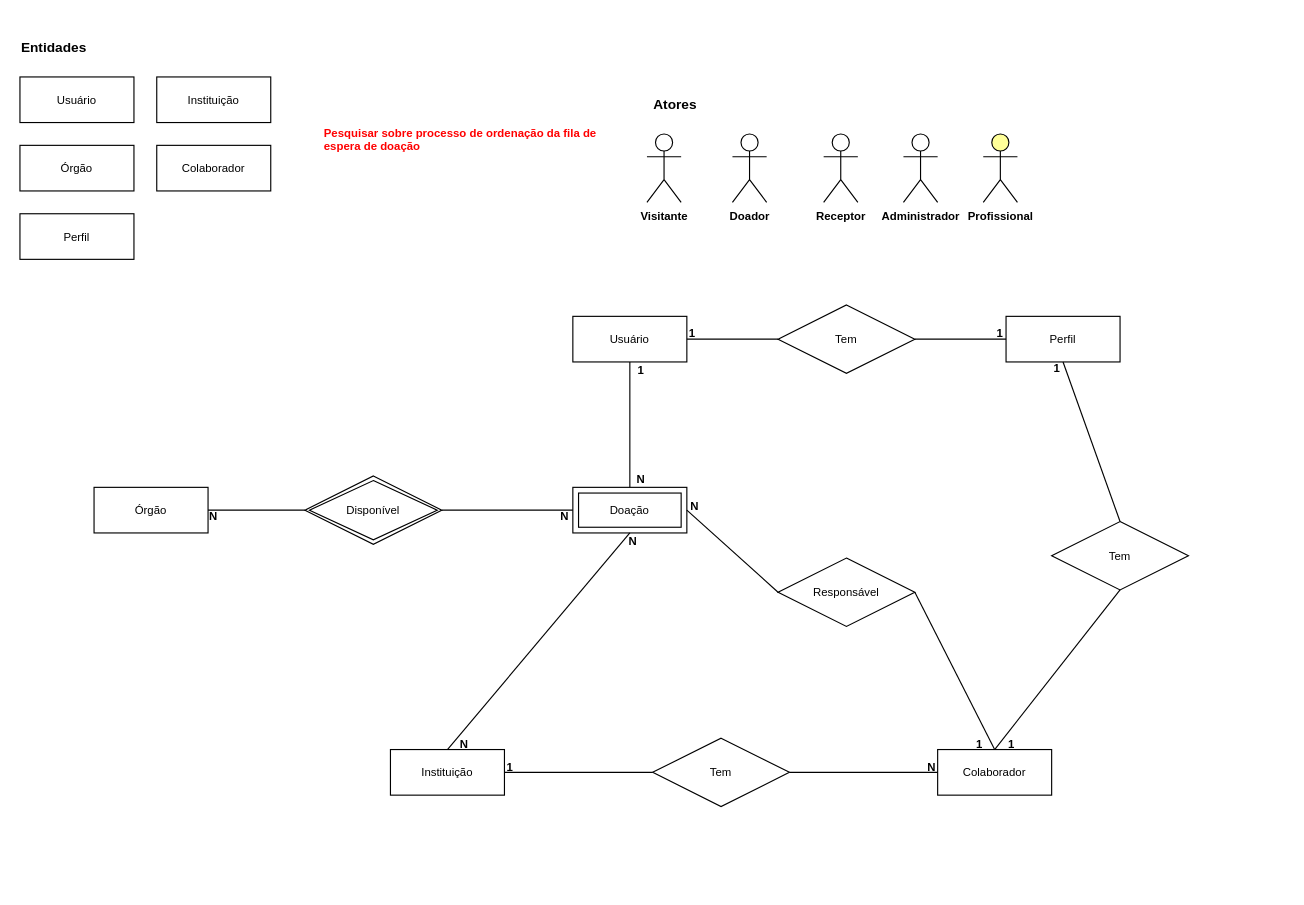
Above: DER/DER-SDTO.drawio in squadlovelace/sdto-data-model (draw.io), before the change. Source tidied: cells renumbered, new cells numbered last; positions are measured from the earlier drawing's top-left corner, leaving out a move shared by most shapes. Both pictures are drawn from the tidied source at 114%, with x=0, y=0 at pixel (19, 31).
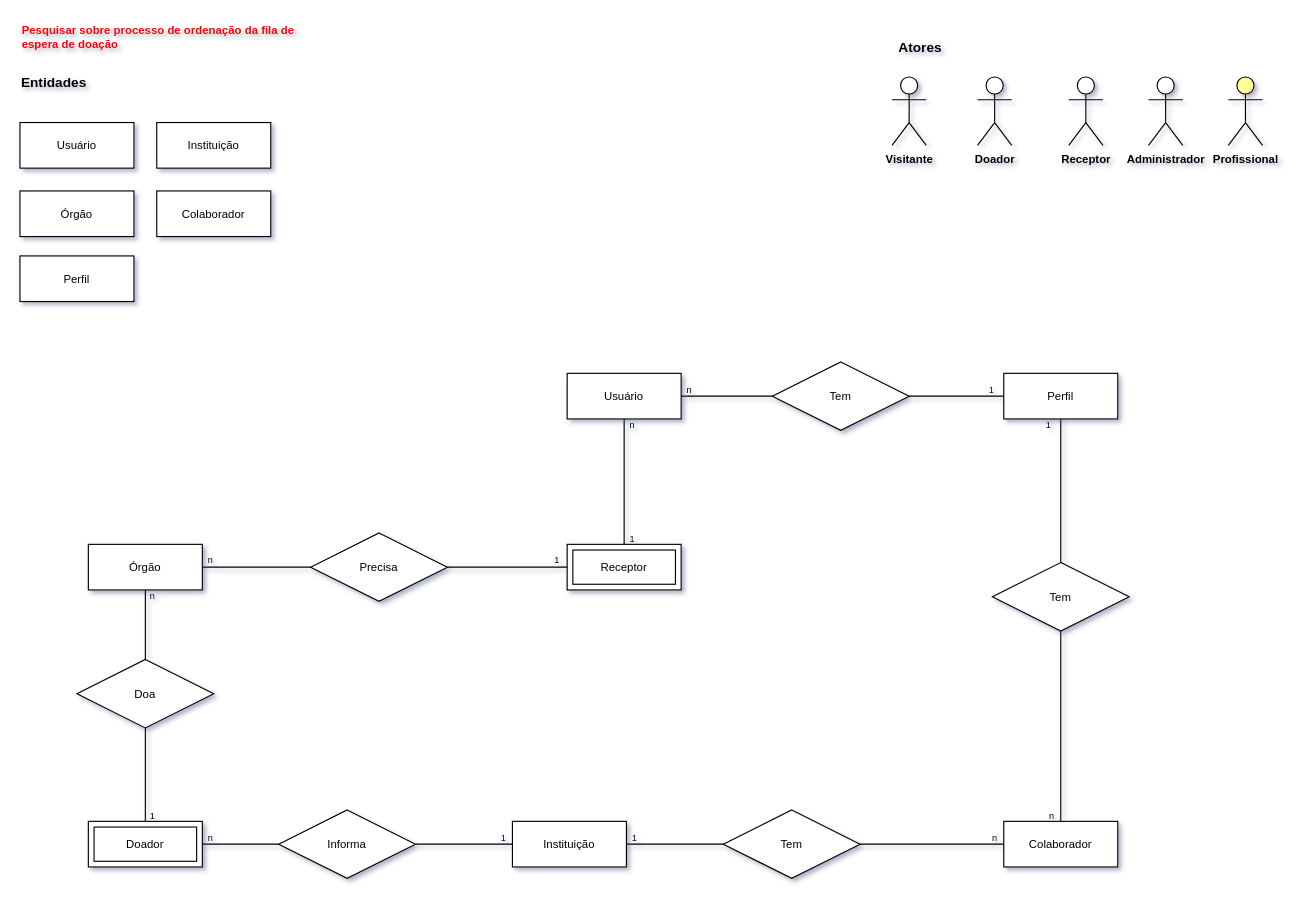
Above is the later version.

Commit message (it also covers changes not shown here):
alteração DER

The edit, as a diff of the source:
```diff
@@
-<mxGraphModel>
+<mxGraphModel shadow="1">
@@
     <mxCell id="2" value="Usuário" style="whiteSpace=wrap;html=1;align=center;fontSize=10;fontFamily=Helvetica;" parent="1" vertex="1">
-      <mxGeometry y="40" width="100" height="40" as="geometry" />
+      <mxGeometry y="80" width="100" height="40" as="geometry" />
     </mxCell>
     <mxCell id="3" value="Órgão" style="whiteSpace=wrap;html=1;align=center;fontSize=10;fontFamily=Helvetica;" parent="1" vertex="1">
-      <mxGeometry y="100" width="100" height="40" as="geometry" />
+      <mxGeometry y="140" width="100" height="40" as="geometry" />
     </mxCell>
     <mxCell id="4" value="Instituição" style="whiteSpace=wrap;html=1;align=center;fontSize=10;fontFamily=Helvetica;" parent="1" vertex="1">
-      <mxGeometry x="120" y="40" width="100" height="40" as="geometry" />
+      <mxGeometry x="120" y="80" width="100" height="40" as="geometry" />
     </mxCell>
     <mxCell id="5" value="Entidades" style="text;html=1;strokeColor=none;fillColor=none;align=center;verticalAlign=middle;whiteSpace=wrap;rounded=0;fontStyle=1;" parent="1" vertex="1">
-      <mxGeometry width="60" height="30" as="geometry" />
+      <mxGeometry y="30" width="60" height="30" as="geometry" />
     </mxCell>
     <mxCell id="6" value="Perfil" style="whiteSpace=wrap;html=1;align=center;fontSize=10;fontFamily=Helvetica;" parent="1" vertex="1">
-      <mxGeometry y="160" width="100" height="40" as="geometry" />
+      <mxGeometry y="197" width="100" height="40" as="geometry" />
     </mxCell>
     <mxCell id="7" value="Colaborador" style="whiteSpace=wrap;html=1;align=center;fontSize=10;fontFamily=Helvetica;" parent="1" vertex="1">
-      <mxGeometry x="805" y="630" width="100" height="40" as="geometry" />
+      <mxGeometry x="863" y="693" width="100" height="40" as="geometry" />
     </mxCell>
     <mxCell id="8" value="Usuário" style="whiteSpace=wrap;html=1;align=center;fontSize=10;fontFamily=Helvetica;" parent="1" vertex="1">
-      <mxGeometry x="485" y="250" width="100" height="40" as="geometry" />
+      <mxGeometry x="480" y="300" width="100" height="40" as="geometry" />
     </mxCell>
@@
     <mxCell id="10" value="Perfil" style="whiteSpace=wrap;html=1;align=center;fontSize=10;fontFamily=Helvetica;" parent="1" vertex="1">
-      <mxGeometry x="865" y="250" width="100" height="40" as="geometry" />
+      <mxGeometry x="863" y="300" width="100" height="40" as="geometry" />
     </mxCell>
     <mxCell id="11" value="Tem" style="shape=rhombus;perimeter=rhombusPerimeter;whiteSpace=wrap;html=1;align=center;fontFamily=Helvetica;fontSize=10;" parent="1" vertex="1">
-      <mxGeometry x="665" y="240" width="120" height="60" as="geometry" />
+      <mxGeometry x="660" y="290" width="120" height="60" as="geometry" />
     </mxCell>
@@
     <mxCell id="13" value="Tem" style="shape=rhombus;perimeter=rhombusPerimeter;whiteSpace=wrap;html=1;align=center;fontFamily=Helvetica;fontSize=10;" parent="1" vertex="1">
-      <mxGeometry x="905" y="430" width="120" height="60" as="geometry" />
+      <mxGeometry x="853" y="466" width="120" height="60" as="geometry" />
     </mxCell>
@@
-    <mxCell id="15" style="endArrow=none;html=1;rounded=0;fontFamily=Helvetica;fontSize=10;exitX=0.5;exitY=0;exitDx=0;exitDy=0;entryX=0.5;entryY=1;entryDx=0;entryDy=0;" parent="1" edge="1" source="7" target="13">
-      <mxGeometry relative="1" as="geometry" />
-    </mxCell>
     <mxCell id="16" value="Instituição" style="whiteSpace=wrap;html=1;align=center;fontSize=10;fontFamily=Helvetica;" parent="1" vertex="1">
-      <mxGeometry x="325" y="630" width="100" height="40" as="geometry" />
+      <mxGeometry x="432" y="693" width="100" height="40" as="geometry" />
     </mxCell>
     <mxCell id="17" value="Tem" style="shape=rhombus;perimeter=rhombusPerimeter;whiteSpace=wrap;html=1;align=center;fontFamily=Helvetica;fontSize=10;" parent="1" vertex="1">
-      <mxGeometry x="555" y="620" width="120" height="60" as="geometry" />
+      <mxGeometry x="617" y="683" width="120" height="60" as="geometry" />
     </mxCell>
@@
     <mxCell id="20" value="Órgão" style="whiteSpace=wrap;html=1;align=center;fontSize=10;fontFamily=Helvetica;" parent="1" vertex="1">
-      <mxGeometry x="65" y="400" width="100" height="40" as="geometry" />
+      <mxGeometry x="60" y="450" width="100" height="40" as="geometry" />
     </mxCell>
-    <mxCell id="21" value="Doação" style="shape=ext;margin=3;double=1;whiteSpace=wrap;html=1;align=center;fontFamily=Helvetica;fontSize=10;" parent="1" vertex="1">
-      <mxGeometry x="485" y="400" width="100" height="40" as="geometry" />
+    <mxCell id="21" value="Receptor" style="shape=ext;margin=3;double=1;whiteSpace=wrap;html=1;align=center;fontFamily=Helvetica;fontSize=10;fillColor=default;" parent="1" vertex="1">
+      <mxGeometry x="480" y="450" width="100" height="40" as="geometry" />
     </mxCell>
-    <mxCell id="22" style="endArrow=none;html=1;rounded=0;fontFamily=Helvetica;fontSize=10;exitX=1;exitY=0.5;exitDx=0;exitDy=0;entryX=0;entryY=0.5;entryDx=0;entryDy=0;" parent="1" edge="1" source="30" target="21">
+    <mxCell id="22" style="endArrow=none;html=1;rounded=0;fontFamily=Helvetica;fontSize=10;entryX=0;entryY=0.5;entryDx=0;entryDy=0;exitX=1;exitY=0.5;exitDx=0;exitDy=0;" parent="1" edge="1" source="62" target="21">
       <mxGeometry relative="1" as="geometry" />
     </mxCell>
-    <mxCell id="23" style="endArrow=none;html=1;rounded=0;fontFamily=Helvetica;fontSize=10;exitX=1;exitY=0.5;exitDx=0;exitDy=0;entryX=0;entryY=0.5;entryDx=0;entryDy=0;" parent="1" edge="1" source="20" target="30">
+    <mxCell id="23" style="endArrow=none;html=1;rounded=0;fontFamily=Helvetica;fontSize=10;exitX=1;exitY=0.5;exitDx=0;exitDy=0;entryX=0;entryY=0.5;entryDx=0;entryDy=0;" parent="1" edge="1" source="20" target="62">
       <mxGeometry relative="1" as="geometry" />
     </mxCell>
@@
-    <mxCell id="25" style="endArrow=none;html=1;rounded=0;fontFamily=Helvetica;fontSize=10;exitX=0.5;exitY=1;exitDx=0;exitDy=0;entryX=0.5;entryY=0;entryDx=0;entryDy=0;" parent="1" edge="1" source="21" target="16">
-      <mxGeometry relative="1" as="geometry" />
-    </mxCell>
-    <mxCell id="26" value="Responsável" style="shape=rhombus;perimeter=rhombusPerimeter;whiteSpace=wrap;html=1;align=center;fontFamily=Helvetica;fontSize=10;" parent="1" vertex="1">
-      <mxGeometry x="665" y="462" width="120" height="60" as="geometry" />
-    </mxCell>
-    <mxCell id="27" style="endArrow=none;html=1;rounded=0;fontFamily=Helvetica;fontSize=10;entryX=0.5;entryY=0;entryDx=0;entryDy=0;exitX=1;exitY=0.5;exitDx=0;exitDy=0;" parent="1" edge="1" source="26" target="7">
-      <mxGeometry relative="1" as="geometry" />
-    </mxCell>
-    <mxCell id="28" style="endArrow=none;html=1;rounded=0;fontFamily=Helvetica;fontSize=10;entryX=0;entryY=0.5;entryDx=0;entryDy=0;exitX=1;exitY=0.5;exitDx=0;exitDy=0;" parent="1" edge="1" source="21" target="26">
-      <mxGeometry relative="1" as="geometry" />
-    </mxCell>
     <mxCell id="29" value="Colaborador" style="whiteSpace=wrap;html=1;align=center;fontSize=10;fontFamily=Helvetica;" parent="1" vertex="1">
-      <mxGeometry x="120" y="100" width="100" height="40" as="geometry" />
+      <mxGeometry x="120" y="140" width="100" height="40" as="geometry" />
     </mxCell>
-    <mxCell id="30" value="Disponível" style="shape=rhombus;double=1;perimeter=rhombusPerimeter;whiteSpace=wrap;html=1;align=center;fontFamily=Helvetica;fontSize=10;" parent="1" vertex="1">
-      <mxGeometry x="250" y="390" width="120" height="60" as="geometry" />
-    </mxCell>
+    <mxCell id="38" value="n" style="text;html=1;strokeColor=none;fillColor=none;align=center;verticalAlign=middle;whiteSpace=wrap;rounded=0;fontFamily=Helvetica;fontSize=8;fontStyle=0;" parent="1" vertex="1">
+      <mxGeometry x="580" y="310" width="15" height="10" as="geometry" />
+    </mxCell>
+    <mxCell id="51" value="Pesquisar sobre processo de ordenação da fila de espera de doação" style="text;html=1;strokeColor=none;fillColor=none;align=left;verticalAlign=middle;whiteSpace=wrap;rounded=0;fontFamily=Helvetica;fontSize=10;fontStyle=1;fontColor=#FF0000;" parent="1" vertex="1">
+      <mxGeometry y="-10" width="245" height="30" as="geometry" />
+    </mxCell>
+    <mxCell id="52" value="1" style="text;html=1;strokeColor=none;fillColor=none;align=center;verticalAlign=middle;whiteSpace=wrap;rounded=0;fontFamily=Helvetica;fontSize=8;fontStyle=0;" parent="1" vertex="1">
+      <mxGeometry x="845" y="310" width="15" height="10" as="geometry" />
+    </mxCell>
+    <mxCell id="53" value="n" style="text;html=1;strokeColor=none;fillColor=none;align=center;verticalAlign=middle;whiteSpace=wrap;rounded=0;fontFamily=Helvetica;fontSize=8;fontStyle=0;" parent="1" vertex="1">
+      <mxGeometry x="530" y="340" width="15" height="10" as="geometry" />
+    </mxCell>
+    <mxCell id="54" value="1" style="text;html=1;strokeColor=none;fillColor=none;align=center;verticalAlign=middle;whiteSpace=wrap;rounded=0;fontFamily=Helvetica;fontSize=8;fontStyle=0;" parent="1" vertex="1">
+      <mxGeometry x="530" y="440" width="15" height="10" as="geometry" />
+    </mxCell>
+    <mxCell id="55" value="1" style="text;html=1;strokeColor=none;fillColor=none;align=center;verticalAlign=middle;whiteSpace=wrap;rounded=0;fontFamily=Helvetica;fontSize=8;fontStyle=0;" parent="1" vertex="1">
+      <mxGeometry x="464" y="459" width="15" height="10" as="geometry" />
+    </mxCell>
+    <mxCell id="56" value="n" style="text;html=1;strokeColor=none;fillColor=none;align=center;verticalAlign=middle;whiteSpace=wrap;rounded=0;fontFamily=Helvetica;fontSize=8;fontStyle=0;" parent="1" vertex="1">
+      <mxGeometry x="160" y="459" width="15" height="10" as="geometry" />
+    </mxCell>
+    <mxCell id="57" value="n" style="text;html=1;strokeColor=none;fillColor=none;align=center;verticalAlign=middle;whiteSpace=wrap;rounded=0;fontFamily=Helvetica;fontSize=8;fontStyle=0;" parent="1" vertex="1">
+      <mxGeometry x="848" y="703" width="15" height="10" as="geometry" />
+    </mxCell>
+    <mxCell id="58" value="1" style="text;html=1;strokeColor=none;fillColor=none;align=center;verticalAlign=middle;whiteSpace=wrap;rounded=0;fontFamily=Helvetica;fontSize=8;fontStyle=0;" parent="1" vertex="1">
+      <mxGeometry x="532" y="703" width="15" height="10" as="geometry" />
+    </mxCell>
+    <mxCell id="59" value="n" style="text;html=1;strokeColor=none;fillColor=none;align=center;verticalAlign=middle;whiteSpace=wrap;rounded=0;fontFamily=Helvetica;fontSize=8;fontStyle=0;" parent="1" vertex="1">
+      <mxGeometry x="898" y="683" width="15" height="10" as="geometry" />
+    </mxCell>
+    <mxCell id="60" value="1" style="text;html=1;strokeColor=none;fillColor=none;align=center;verticalAlign=middle;whiteSpace=wrap;rounded=0;fontFamily=Helvetica;fontSize=8;fontStyle=0;" parent="1" vertex="1">
+      <mxGeometry x="895" y="340" width="15" height="10" as="geometry" />
+    </mxCell>
+    <mxCell id="61" style="group;" parent="1" vertex="1">
+      <mxGeometry x="760" width="330" height="100" as="geometry" />
+    </mxCell>
-    <mxCell id="31" value="Visitante" style="shape=umlActor;html=1;verticalLabelPosition=bottom;verticalAlign=top;align=center;fontFamily=Helvetica;fontSize=10;fontStyle=1;" parent="1" vertex="1">
-      <mxGeometry x="550" y="90" width="30" height="60" as="geometry" />
+    <mxCell id="31" value="Visitante" style="shape=umlActor;html=1;verticalLabelPosition=bottom;verticalAlign=top;align=center;fontFamily=Helvetica;fontSize=10;fontStyle=1;" parent="61" vertex="1">
+      <mxGeometry x="5" y="40" width="30" height="60" as="geometry" />
     </mxCell>
-    <mxCell id="32" value="Doador" style="shape=umlActor;html=1;verticalLabelPosition=bottom;verticalAlign=top;align=center;fontFamily=Helvetica;fontSize=10;fontStyle=1;" parent="1" vertex="1">
-      <mxGeometry x="625" y="90" width="30" height="60" as="geometry" />
+    <mxCell id="32" value="Doador" style="shape=umlActor;html=1;verticalLabelPosition=bottom;verticalAlign=top;align=center;fontFamily=Helvetica;fontSize=10;fontStyle=1;" parent="61" vertex="1">
+      <mxGeometry x="80" y="40" width="30" height="60" as="geometry" />
     </mxCell>
-    <mxCell id="33" value="Receptor" style="shape=umlActor;html=1;verticalLabelPosition=bottom;verticalAlign=top;align=center;fontFamily=Helvetica;fontSize=10;fontStyle=1;" parent="1" vertex="1">
-      <mxGeometry x="705" y="90" width="30" height="60" as="geometry" />
+    <mxCell id="33" value="Receptor" style="shape=umlActor;html=1;verticalLabelPosition=bottom;verticalAlign=top;align=center;fontFamily=Helvetica;fontSize=10;fontStyle=1;" parent="61" vertex="1">
+      <mxGeometry x="160" y="40" width="30" height="60" as="geometry" />
     </mxCell>
-    <mxCell id="34" value="Administrador" style="shape=umlActor;html=1;verticalLabelPosition=bottom;verticalAlign=top;align=center;fontFamily=Helvetica;fontSize=10;fontStyle=1;" parent="1" vertex="1">
-      <mxGeometry x="775" y="90" width="30" height="60" as="geometry" />
+    <mxCell id="34" value="Administrador" style="shape=umlActor;html=1;verticalLabelPosition=bottom;verticalAlign=top;align=center;fontFamily=Helvetica;fontSize=10;fontStyle=1;" parent="61" vertex="1">
+      <mxGeometry x="230" y="40" width="30" height="60" as="geometry" />
     </mxCell>
-    <mxCell id="35" value="Profissional" style="shape=umlActor;html=1;verticalLabelPosition=bottom;verticalAlign=top;align=center;fontFamily=Helvetica;fontSize=10;fillColor=#FFFF99;fontStyle=1;" parent="1" vertex="1">
-      <mxGeometry x="845" y="90" width="30" height="60" as="geometry" />
+    <mxCell id="35" value="Profissional" style="shape=umlActor;html=1;verticalLabelPosition=bottom;verticalAlign=top;align=center;fontFamily=Helvetica;fontSize=10;fillColor=#FFFF99;fontStyle=1;" parent="61" vertex="1">
+      <mxGeometry x="300" y="40" width="30" height="60" as="geometry" />
     </mxCell>
-    <mxCell id="36" value="Atores" style="text;html=1;strokeColor=none;fillColor=none;align=center;verticalAlign=middle;whiteSpace=wrap;rounded=0;fontStyle=1;" parent="1" vertex="1">
-      <mxGeometry x="545" y="50" width="60" height="30" as="geometry" />
+    <mxCell id="36" value="Atores" style="text;html=1;strokeColor=none;fillColor=none;align=center;verticalAlign=middle;whiteSpace=wrap;rounded=0;fontStyle=1;" parent="61" vertex="1">
+      <mxGeometry width="60" height="30" as="geometry" />
     </mxCell>
-    <mxCell id="37" value="1" style="text;html=1;strokeColor=none;fillColor=none;align=center;verticalAlign=middle;whiteSpace=wrap;rounded=0;fontFamily=Helvetica;fontSize=10;fontStyle=1;" parent="1" vertex="1">
-      <mxGeometry x="840" y="610" width="60" height="30" as="geometry" />
-    </mxCell>
-    <mxCell id="38" value="1" style="text;html=1;strokeColor=none;fillColor=none;align=center;verticalAlign=middle;whiteSpace=wrap;rounded=0;fontFamily=Helvetica;fontSize=10;fontStyle=1;" parent="1" vertex="1">
-      <mxGeometry x="560" y="250" width="60" height="30" as="geometry" />
-    </mxCell>
-    <mxCell id="39" value="1" style="text;html=1;strokeColor=none;fillColor=none;align=center;verticalAlign=middle;whiteSpace=wrap;rounded=0;fontFamily=Helvetica;fontSize=10;fontStyle=1;" parent="1" vertex="1">
-      <mxGeometry x="880" y="280" width="60" height="30" as="geometry" />
-    </mxCell>
-    <mxCell id="40" value="1" style="text;html=1;strokeColor=none;fillColor=none;align=center;verticalAlign=middle;whiteSpace=wrap;rounded=0;fontFamily=Helvetica;fontSize=10;fontStyle=1;" parent="1" vertex="1">
-      <mxGeometry x="400" y="630" width="60" height="30" as="geometry" />
-    </mxCell>
-    <mxCell id="41" value="N" style="text;html=1;strokeColor=none;fillColor=none;align=center;verticalAlign=middle;whiteSpace=wrap;rounded=0;fontFamily=Helvetica;fontSize=10;fontStyle=1;" parent="1" vertex="1">
-      <mxGeometry x="770" y="630" width="60" height="30" as="geometry" />
-    </mxCell>
-    <mxCell id="42" value="N" style="text;html=1;strokeColor=none;fillColor=none;align=center;verticalAlign=middle;whiteSpace=wrap;rounded=0;fontFamily=Helvetica;fontSize=10;fontStyle=1;" parent="1" vertex="1">
-      <mxGeometry x="360" y="610" width="60" height="30" as="geometry" />
-    </mxCell>
-    <mxCell id="43" value="N" style="text;html=1;strokeColor=none;fillColor=none;align=center;verticalAlign=middle;whiteSpace=wrap;rounded=0;fontFamily=Helvetica;fontSize=10;fontStyle=1;" parent="1" vertex="1">
-      <mxGeometry x="508" y="432" width="60" height="30" as="geometry" />
-    </mxCell>
-    <mxCell id="44" value="N" style="text;html=1;strokeColor=none;fillColor=none;align=center;verticalAlign=middle;whiteSpace=wrap;rounded=0;fontFamily=Helvetica;fontSize=10;fontStyle=1;" parent="1" vertex="1">
-      <mxGeometry x="448" y="410" width="60" height="30" as="geometry" />
-    </mxCell>
-    <mxCell id="45" value="N" style="text;html=1;strokeColor=none;fillColor=none;align=center;verticalAlign=middle;whiteSpace=wrap;rounded=0;fontFamily=Helvetica;fontSize=10;fontStyle=1;" parent="1" vertex="1">
-      <mxGeometry x="140" y="410" width="60" height="30" as="geometry" />
-    </mxCell>
-    <mxCell id="46" value="N" style="text;html=1;strokeColor=none;fillColor=none;align=center;verticalAlign=middle;whiteSpace=wrap;rounded=0;fontFamily=Helvetica;fontSize=10;fontStyle=1;" parent="1" vertex="1">
-      <mxGeometry x="562" y="401" width="60" height="30" as="geometry" />
-    </mxCell>
-    <mxCell id="47" value="1" style="text;html=1;strokeColor=none;fillColor=none;align=center;verticalAlign=middle;whiteSpace=wrap;rounded=0;fontFamily=Helvetica;fontSize=10;fontStyle=1;" parent="1" vertex="1">
-      <mxGeometry x="812" y="610" width="60" height="30" as="geometry" />
-    </mxCell>
-    <mxCell id="48" value="N" style="text;html=1;strokeColor=none;fillColor=none;align=center;verticalAlign=middle;whiteSpace=wrap;rounded=0;fontFamily=Helvetica;fontSize=10;fontStyle=1;" parent="1" vertex="1">
-      <mxGeometry x="515" y="378" width="60" height="30" as="geometry" />
-    </mxCell>
-    <mxCell id="49" value="1" style="text;html=1;strokeColor=none;fillColor=none;align=center;verticalAlign=middle;whiteSpace=wrap;rounded=0;fontFamily=Helvetica;fontSize=10;fontStyle=1;" parent="1" vertex="1">
-      <mxGeometry x="515" y="282" width="60" height="30" as="geometry" />
-    </mxCell>
-    <mxCell id="50" value="1" style="text;html=1;strokeColor=none;fillColor=none;align=center;verticalAlign=middle;whiteSpace=wrap;rounded=0;fontFamily=Helvetica;fontSize=10;fontStyle=1;" parent="1" vertex="1">
-      <mxGeometry x="830" y="250" width="60" height="30" as="geometry" />
-    </mxCell>
-    <mxCell id="51" value="Pesquisar sobre processo de ordenação da fila de espera de doação" style="text;html=1;strokeColor=none;fillColor=none;align=left;verticalAlign=middle;whiteSpace=wrap;rounded=0;fontFamily=Helvetica;fontSize=10;fontStyle=1;fontColor=#FF0000;" parent="1" vertex="1">
-      <mxGeometry x="265" y="80" width="245" height="30" as="geometry" />
-    </mxCell>
+    <mxCell id="15" style="endArrow=none;html=1;rounded=0;fontFamily=Helvetica;fontSize=10;entryX=0.5;entryY=1;entryDx=0;entryDy=0;exitX=0.5;exitY=0;exitDx=0;exitDy=0;" parent="1" edge="1" source="7" target="13">
+      <mxGeometry relative="1" as="geometry" />
+    </mxCell>
+    <mxCell id="62" value="Precisa" style="shape=rhombus;perimeter=rhombusPerimeter;whiteSpace=wrap;html=1;align=center;fontSize=10;" parent="1" vertex="1">
+      <mxGeometry x="255" y="440" width="120" height="60" as="geometry" />
+    </mxCell>
+    <mxCell id="63" value="Doador" style="shape=ext;margin=3;double=1;whiteSpace=wrap;html=1;align=center;fontFamily=Helvetica;fontSize=10;" parent="1" vertex="1">
+      <mxGeometry x="60" y="693" width="100" height="40" as="geometry" />
+    </mxCell>
+    <mxCell id="64" value="Informa" style="shape=rhombus;perimeter=rhombusPerimeter;whiteSpace=wrap;html=1;align=center;fontSize=10;" parent="1" vertex="1">
+      <mxGeometry x="227" y="683" width="120" height="60" as="geometry" />
+    </mxCell>
+    <mxCell id="65" style="endArrow=none;html=1;rounded=0;fontFamily=Helvetica;fontSize=10;exitX=1;exitY=0.5;exitDx=0;exitDy=0;entryX=0;entryY=0.5;entryDx=0;entryDy=0;" parent="1" edge="1" source="64" target="16">
+      <mxGeometry relative="1" as="geometry" />
+    </mxCell>
+    <mxCell id="66" style="endArrow=none;html=1;rounded=0;fontFamily=Helvetica;fontSize=10;exitX=1;exitY=0.5;exitDx=0;exitDy=0;entryX=0;entryY=0.5;entryDx=0;entryDy=0;" parent="1" edge="1" source="63" target="64">
+      <mxGeometry relative="1" as="geometry" />
+    </mxCell>
+    <mxCell id="67" value="n" style="text;html=1;strokeColor=none;fillColor=none;align=center;verticalAlign=middle;whiteSpace=wrap;rounded=0;fontFamily=Helvetica;fontSize=8;fontStyle=0;" parent="1" vertex="1">
+      <mxGeometry x="160" y="703" width="15" height="10" as="geometry" />
+    </mxCell>
+    <mxCell id="68" value="1" style="text;html=1;strokeColor=none;fillColor=none;align=center;verticalAlign=middle;whiteSpace=wrap;rounded=0;fontFamily=Helvetica;fontSize=8;fontStyle=0;" parent="1" vertex="1">
+      <mxGeometry x="417" y="703" width="15" height="10" as="geometry" />
+    </mxCell>
+    <mxCell id="69" value="Doa" style="shape=rhombus;perimeter=rhombusPerimeter;whiteSpace=wrap;html=1;align=center;fontSize=10;" parent="1" vertex="1">
+      <mxGeometry x="50" y="551" width="120" height="60" as="geometry" />
+    </mxCell>
+    <mxCell id="70" style="endArrow=none;html=1;rounded=0;fontFamily=Helvetica;fontSize=10;exitX=0.5;exitY=0;exitDx=0;exitDy=0;" parent="1" edge="1" source="63" target="69">
+      <mxGeometry relative="1" as="geometry" />
+    </mxCell>
+    <mxCell id="71" style="endArrow=none;html=1;rounded=0;fontFamily=Helvetica;fontSize=10;exitX=0.5;exitY=0;exitDx=0;exitDy=0;entryX=0.5;entryY=1;entryDx=0;entryDy=0;" parent="1" edge="1" source="69" target="20">
+      <mxGeometry relative="1" as="geometry" />
+    </mxCell>
+    <mxCell id="72" value="n" style="text;html=1;strokeColor=none;fillColor=none;align=center;verticalAlign=middle;whiteSpace=wrap;rounded=0;fontFamily=Helvetica;fontSize=8;fontStyle=0;" parent="1" vertex="1">
+      <mxGeometry x="109" y="490" width="15" height="10" as="geometry" />
+    </mxCell>
+    <mxCell id="73" value="1" style="text;html=1;strokeColor=none;fillColor=none;align=center;verticalAlign=middle;whiteSpace=wrap;rounded=0;fontFamily=Helvetica;fontSize=8;fontStyle=0;" parent="1" vertex="1">
+      <mxGeometry x="109" y="683" width="15" height="10" as="geometry" />
+    </mxCell>
```
